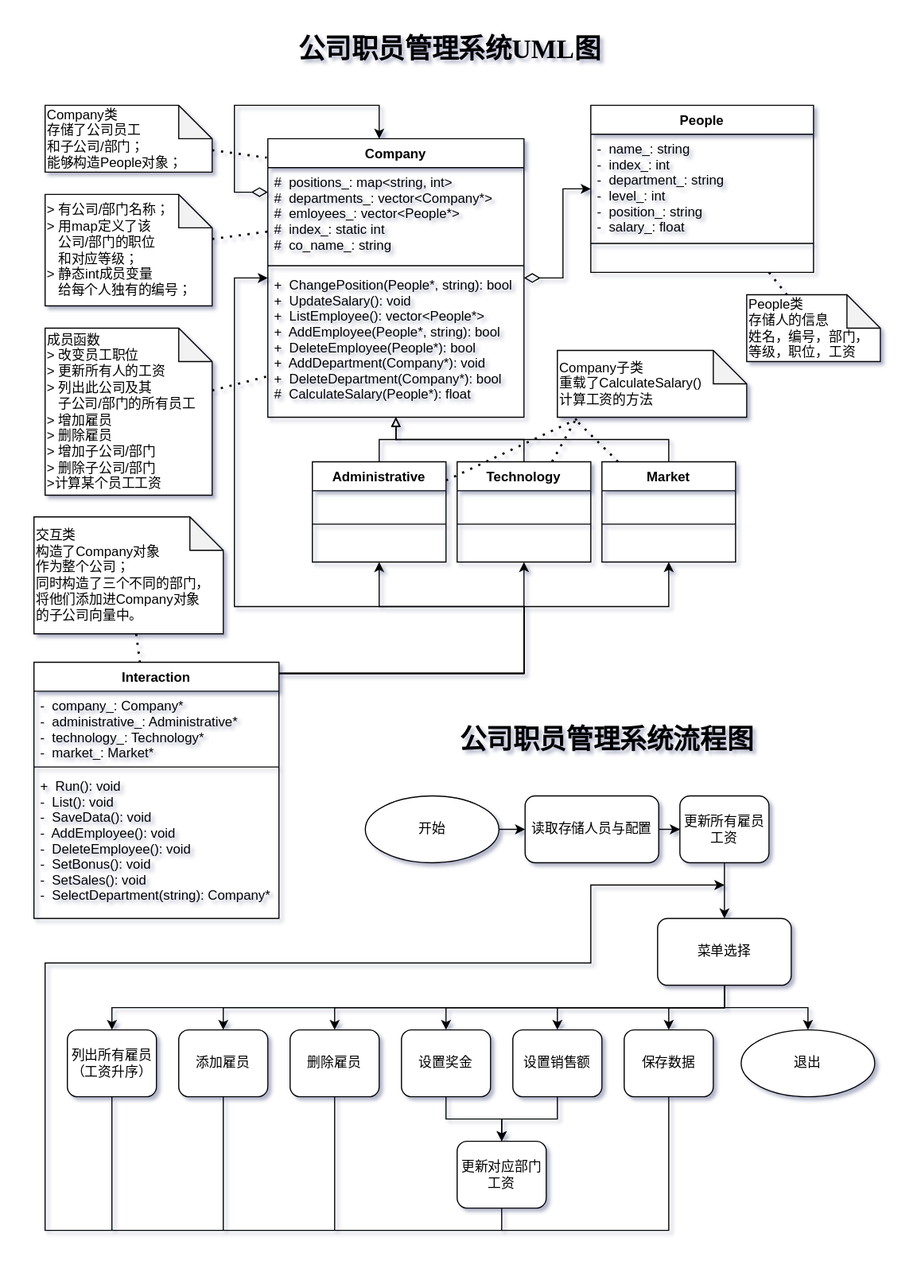
jungheil/cppbhw keeps this draw.io diagram as doc/t5.svg. Above is the earlier version. Source tidied: cells renumbered, new cells last; positions are measured from the earlier drawing's top-left corner, leaving out a move shared by most shapes.
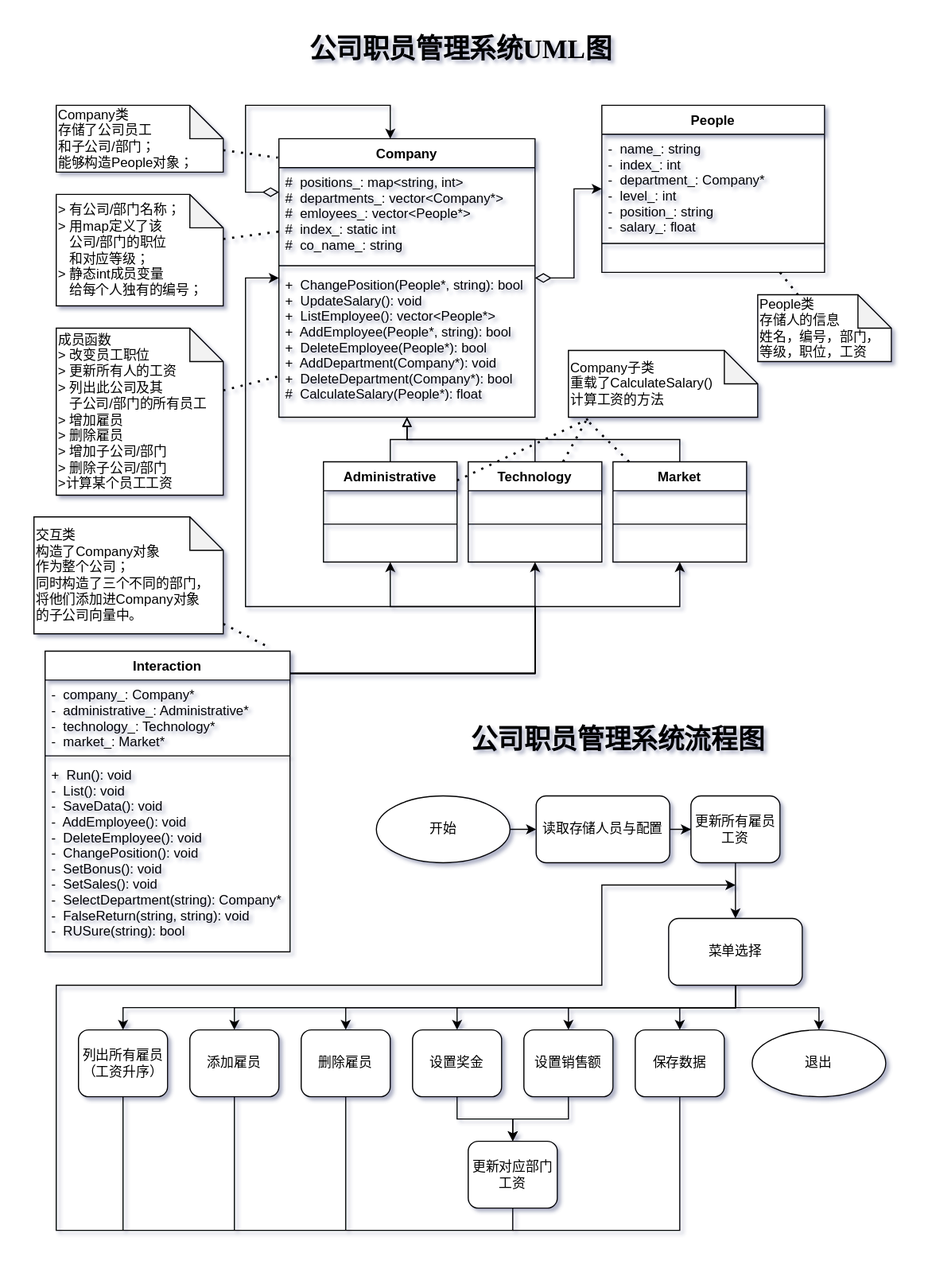
The same file after the commit.

The edit, as a diff of the source:
```diff
@@ -44,7 +44,7 @@
     <mxCell id="13" value="People" style="swimlane;fontStyle=1;align=center;verticalAlign=top;horizontal=1;startSize=26;" parent="1" vertex="1">
       <mxGeometry x="500" y="60" width="200" height="150" as="geometry" />
     </mxCell>
-    <mxCell id="14" value="-  name_: string&#10;-  index_: int&#10;-  department_: string&#10;-  level_: int&#10;-  position_: string&#10;-  salary_: float" style="text;strokeColor=none;fillColor=none;align=left;verticalAlign=top;spacingLeft=4;spacingRight=4;overflow=hidden;" parent="13" vertex="1">
+    <mxCell id="14" value="-  name_: string&#10;-  index_: int&#10;-  department_: Company*&#10;-  level_: int&#10;-  position_: string&#10;-  salary_: float" style="text;strokeColor=none;fillColor=none;align=left;verticalAlign=top;spacingLeft=4;spacingRight=4;overflow=hidden;" parent="13" vertex="1">
       <mxGeometry y="26" width="200" height="94" as="geometry" />
     </mxCell>
     <mxCell id="15" style="line;strokeWidth=1;fillColor=none;align=left;verticalAlign=middle;spacingTop=-1;spacingLeft=3;spacingRight=3;labelPosition=right;" parent="13" vertex="1">
@@ -127,7 +127,7 @@
       </mxGeometry>
     </mxCell>
     <mxCell id="32" value="Interaction" style="swimlane;fontStyle=1;align=center;verticalAlign=top;horizontal=1;startSize=26;" parent="1" vertex="1">
-      <mxGeometry y="560" width="220" height="230" as="geometry" />
+      <mxGeometry y="550" width="220" height="270" as="geometry" />
     </mxCell>
     <mxCell id="33" value="-  company_: Company*&#10;-  administrative_: Administrative*&#10;-  technology_: Technology*&#10;-  market_: Market*" style="text;strokeColor=none;fillColor=none;align=left;verticalAlign=top;spacingLeft=4;spacingRight=4;overflow=hidden;" parent="32" vertex="1">
       <mxGeometry y="26" width="220" height="64" as="geometry" />
@@ -135,8 +135,8 @@
     <mxCell id="34" style="line;strokeWidth=1;fillColor=none;align=left;verticalAlign=middle;spacingTop=-1;spacingLeft=3;spacingRight=3;labelPosition=right;" parent="32" vertex="1">
       <mxGeometry y="90" width="220" height="8" as="geometry" />
     </mxCell>
-    <mxCell id="35" value="+  Run(): void&#10;-  List(): void&#10;-  SaveData(): void&#10;-  AddEmployee(): void&#10;-  DeleteEmployee(): void&#10;-  SetBonus(): void&#10;-  SetSales(): void&#10;-  SelectDepartment(string): Company*" style="text;strokeColor=none;fillColor=none;align=left;verticalAlign=top;spacingLeft=4;spacingRight=4;overflow=hidden;" parent="32" vertex="1">
-      <mxGeometry y="98" width="220" height="132" as="geometry" />
+    <mxCell id="35" value="+  Run(): void&#10;-  List(): void&#10;-  SaveData(): void&#10;-  AddEmployee(): void&#10;-  DeleteEmployee(): void&#10;-  ChangePosition(): void&#10;-  SetBonus(): void&#10;-  SetSales(): void&#10;-  SelectDepartment(string): Company*&#10;-  FalseReturn(string, string): void&#10;-  RUSure(string): bool" style="text;strokeColor=none;fillColor=none;align=left;verticalAlign=top;spacingLeft=4;spacingRight=4;overflow=hidden;" parent="32" vertex="1">
+      <mxGeometry y="98" width="220" height="172" as="geometry" />
     </mxCell>
     <mxCell id="36" value="People类&lt;br&gt;存储人的信息&lt;br&gt;姓名，编号，部门，等级，职位，工资" style="shape=note;whiteSpace=wrap;html=1;backgroundOutline=1;darkOpacity=0.05;align=left;" parent="1" vertex="1">
       <mxGeometry x="640" y="230" width="120" height="60" as="geometry" />
@@ -175,10 +175,12 @@
       <mxGeometry relative="1" as="geometry" />
     </mxCell>
     <mxCell id="48" value="交互类&lt;br&gt;构造了Company对象&lt;br&gt;作为整个公司；&lt;br&gt;同时构造了三个不同的部门，&lt;br&gt;将他们添加进Company对象&lt;br&gt;的子公司向量中。" style="shape=note;whiteSpace=wrap;html=1;backgroundOutline=1;darkOpacity=0.05;align=left;" parent="1" vertex="1">
-      <mxGeometry y="429.5" width="170" height="105" as="geometry" />
+      <mxGeometry x="-10" y="429.5" width="170" height="105" as="geometry" />
     </mxCell>
-    <mxCell id="49" style="endArrow=none;dashed=1;html=1;dashPattern=1 3;strokeWidth=2;" parent="1" edge="1" source="48" target="32">
-      <mxGeometry relative="1" as="geometry" />
+    <mxCell id="49" style="endArrow=none;dashed=1;html=1;dashPattern=1 3;strokeWidth=2;" parent="1" edge="1" source="48">
+      <mxGeometry relative="1" as="geometry">
+        <mxPoint x="200" y="546" as="targetPoint" />
+      </mxGeometry>
     </mxCell>
     <mxCell id="50" value="&lt;span&gt;&lt;font style=&quot;font-size: 24px&quot;&gt;公司职员管理系统流程图&lt;/font&gt;&lt;/span&gt;" style="text;html=1;strokeColor=none;fillColor=none;align=center;verticalAlign=middle;whiteSpace=wrap;rounded=0;fontStyle=1;labelBackgroundColor=none;labelBorderColor=none;fontFamily=Times New Roman;" parent="1" vertex="1">
       <mxGeometry x="369" y="620" width="291" height="20" as="geometry" />
@@ -297,8 +299,8 @@
         <Array as="points">
           <mxPoint x="420" y="1070" />
           <mxPoint x="10" y="1070" />
-          <mxPoint x="10" y="830" />
-          <mxPoint x="500" y="830" />
+          <mxPoint x="10" y="850" />
+          <mxPoint x="500" y="850" />
           <mxPoint x="500" y="760" />
         </Array>
       </mxGeometry>
```
